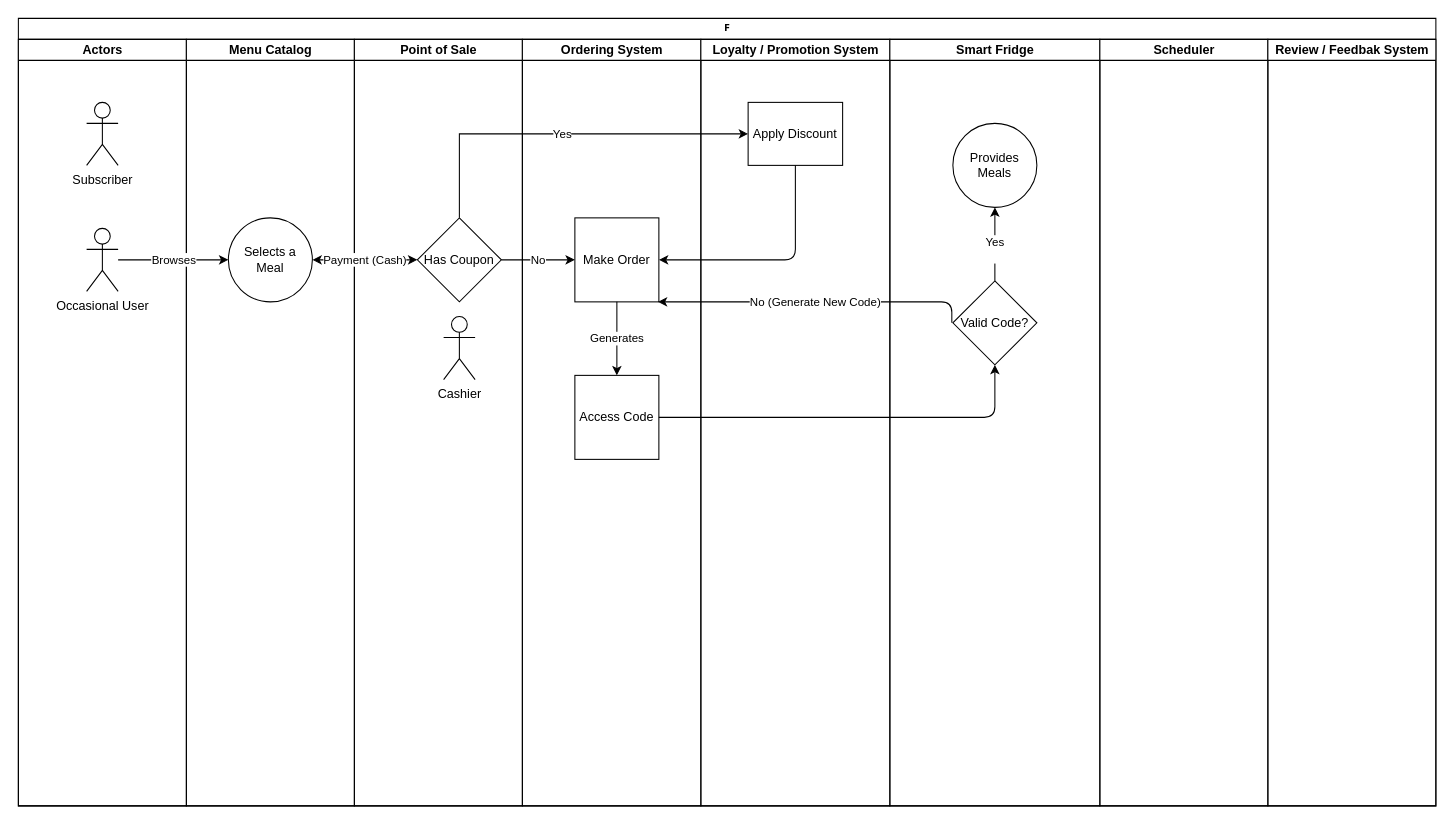
Above: img/user journey/Ocasional User.drawio in ldynia/archcolider (draw.io), before the change. Source tidied: cells renumbered, new cells numbered last; positions are measured from the earlier drawing's top-left corner, leaving out a move shared by most shapes. Both pictures are drawn from the tidied source at 105%, with x=0, y=0 at pixel (18, 18).
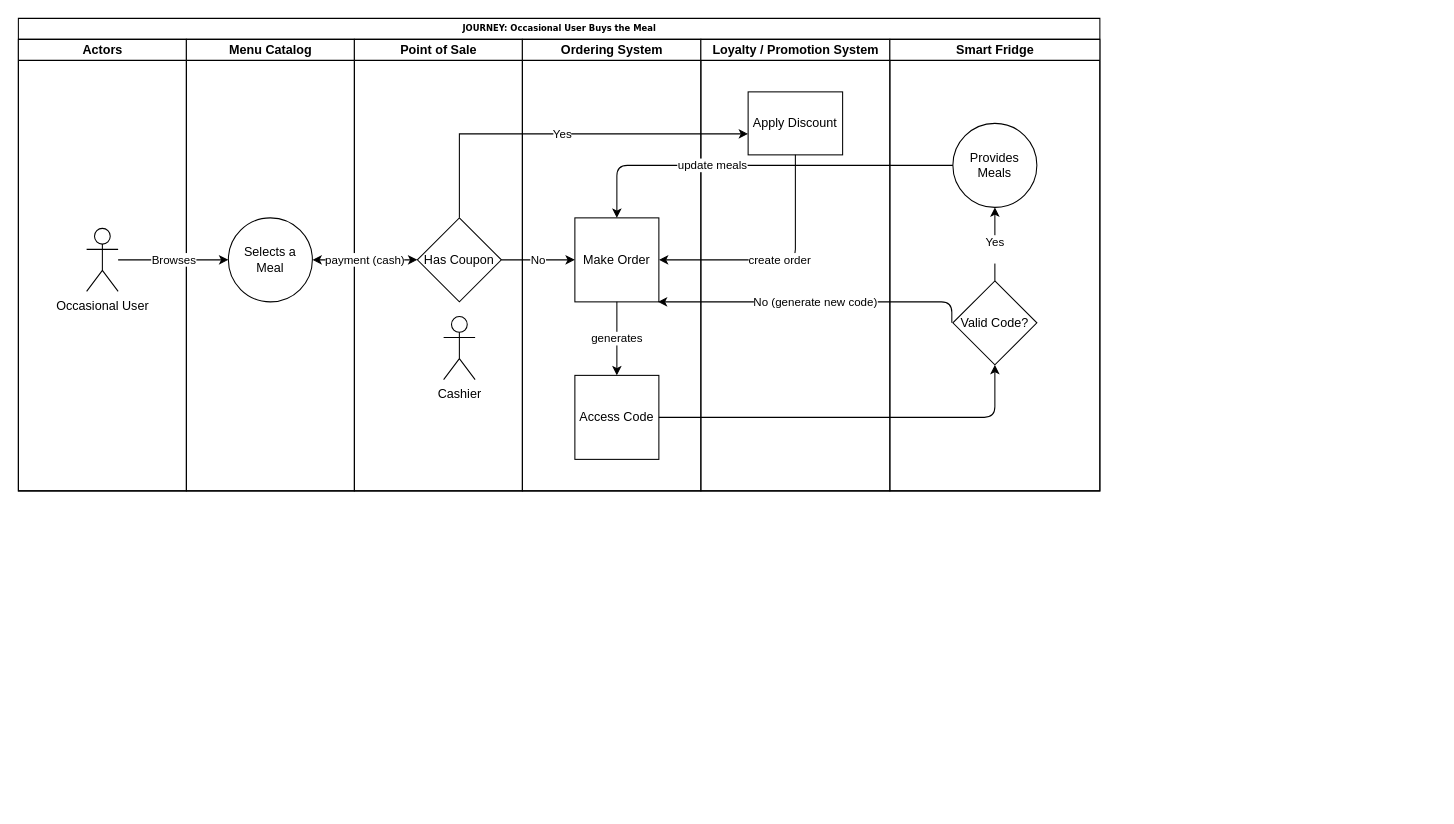
The same diagram, later.

The change refers to these unchanged cells:
```xml
<mxCell id="7" value="Selects a Meal" style="ellipse;whiteSpace=wrap;html=1;" parent="6" vertex="1">
  <mxGeometry x="40" y="170" width="80" height="80" as="geometry" />
</mxCell>
<mxCell id="9" value="&lt;div&gt;Has Coupon&lt;/div&gt;" style="rhombus;whiteSpace=wrap;html=1;" parent="8" vertex="1">
  <mxGeometry x="60" y="170" width="80" height="80" as="geometry" />
</mxCell>
<mxCell id="12" value="&lt;div&gt;Make Order&lt;/div&gt;" style="whiteSpace=wrap;html=1;" parent="11" vertex="1">
  <mxGeometry x="50" y="170" width="80" height="80" as="geometry" />
</mxCell>
<mxCell id="13" value="Access Code" style="whiteSpace=wrap;html=1;" parent="11" vertex="1">
  <mxGeometry x="50" y="320" width="80" height="80" as="geometry" />
</mxCell>
<mxCell id="21" value="&lt;div&gt;Provides Meals&lt;br&gt;&lt;/div&gt;" style="ellipse;whiteSpace=wrap;html=1;" parent="19" vertex="1">
  <mxGeometry x="60" y="80" width="80" height="80" as="geometry" />
</mxCell>
```

The edit, as a diff of the source:
```diff
@@
-    <mxCell id="2" value="F" style="swimlane;html=1;startSize=20;rounded=0;shadow=0;labelBackgroundColor=none;strokeWidth=1;fontFamily=Verdana;fontSize=8;align=center;" parent="1" vertex="1">
-      <mxGeometry width="1350" height="750" as="geometry" />
+    <mxCell id="2" value="JOURNEY: Occasional User Buys the Meal" style="swimlane;html=1;startSize=20;rounded=0;shadow=0;labelBackgroundColor=none;strokeWidth=1;fontFamily=Verdana;fontSize=8;align=center;" parent="1" vertex="1">
+      <mxGeometry width="1030" height="450" as="geometry" />
     </mxCell>
     <mxCell id="3" value="&lt;div&gt;Actors&lt;/div&gt;" style="swimlane;html=1;startSize=20;" parent="2" vertex="1">
-      <mxGeometry y="20" width="160" height="730" as="geometry" />
+      <mxGeometry y="20" width="160" height="430" as="geometry" />
     </mxCell>
-    <mxCell id="4" value="&lt;div&gt;Subscriber&lt;/div&gt;" style="shape=umlActor;verticalLabelPosition=bottom;verticalAlign=top;html=1;" parent="3" vertex="1">
-      <mxGeometry x="65" y="60" width="30" height="60" as="geometry" />
-    </mxCell>
@@
     <mxCell id="6" value="&lt;div&gt;Menu Catalog&lt;/div&gt;" style="swimlane;html=1;startSize=20;" parent="2" vertex="1">
-      <mxGeometry x="160" y="20" width="160" height="730" as="geometry" />
+      <mxGeometry x="160" y="20" width="160" height="430" as="geometry" />
     </mxCell>
@@
     <mxCell id="8" value="Point of Sale" style="swimlane;html=1;startSize=20;" parent="2" vertex="1">
-      <mxGeometry x="320" y="20" width="160" height="730" as="geometry" />
+      <mxGeometry x="320" y="20" width="160" height="430" as="geometry" />
     </mxCell>
@@
     <mxCell id="11" value="&lt;div&gt;Ordering System&lt;/div&gt;" style="swimlane;html=1;startSize=20;" parent="2" vertex="1">
-      <mxGeometry x="480" y="20" width="170" height="730" as="geometry" />
+      <mxGeometry x="480" y="20" width="170" height="430" as="geometry" />
     </mxCell>
@@
-    <mxCell id="14" value="Generates" style="endArrow=classic;html=1;exitX=0.5;exitY=1;exitDx=0;exitDy=0;entryX=0.5;entryY=0;entryDx=0;entryDy=0;" parent="11" edge="1" source="12" target="13">
+    <mxCell id="14" value="generates" style="endArrow=classic;html=1;exitX=0.5;exitY=1;exitDx=0;exitDy=0;entryX=0.5;entryY=0;entryDx=0;entryDy=0;" parent="11" edge="1" source="12" target="13">
       <mxGeometry relative="1" as="geometry" />
     </mxCell>
@@
-    <mxCell id="16" value="Payment (Cash)" style="endArrow=classic;startArrow=classic;html=1;exitX=1;exitY=0.5;exitDx=0;exitDy=0;entryX=0;entryY=0.5;entryDx=0;entryDy=0;" parent="2" edge="1" source="7" target="9">
+    <mxCell id="16" value="payment (cash)" style="endArrow=classic;startArrow=classic;html=1;exitX=1;exitY=0.5;exitDx=0;exitDy=0;entryX=0;entryY=0.5;entryDx=0;entryDy=0;" parent="2" edge="1" source="7" target="9">
       <mxGeometry relative="1" as="geometry" />
     </mxCell>
     <mxCell id="17" value="Loyalty / Promotion System" style="swimlane;html=1;startSize=20;" parent="2" vertex="1">
-      <mxGeometry x="650" y="20" width="180" height="730" as="geometry" />
+      <mxGeometry x="650" y="20" width="180" height="430" as="geometry" />
     </mxCell>
     <mxCell id="18" value="&lt;div&gt;Apply Discount&lt;/div&gt;" style="whiteSpace=wrap;html=1;" parent="17" vertex="1">
-      <mxGeometry x="45" y="60" width="90" height="60" as="geometry" />
+      <mxGeometry x="45" y="50" width="90" height="60" as="geometry" />
     </mxCell>
     <mxCell id="19" value="Smart Fridge" style="swimlane;html=1;startSize=20;" parent="2" vertex="1">
-      <mxGeometry x="830" y="20" width="200" height="730" as="geometry" />
+      <mxGeometry x="830" y="20" width="200" height="430" as="geometry" />
     </mxCell>
@@
-    <mxCell id="23" value="Scheduler" style="swimlane;html=1;startSize=20;" parent="2" vertex="1">
-      <mxGeometry x="1030" y="20" width="160" height="730" as="geometry" />
-    </mxCell>
@@
-    <mxCell id="25" value="&lt;div&gt;Review / Feedbak System&lt;br&gt;&lt;/div&gt;" style="swimlane;html=1;startSize=20;" parent="2" vertex="1">
-      <mxGeometry x="1190" y="20" width="160" height="730" as="geometry" />
-    </mxCell>
@@
-    <mxCell id="28" style="endArrow=classic;html=1;entryX=1;entryY=0.5;entryDx=0;entryDy=0;exitX=0.5;exitY=1;exitDx=0;exitDy=0;" parent="2" edge="1" source="18" target="12">
+    <mxCell id="28" value="create order" style="endArrow=classic;html=1;entryX=1;entryY=0.5;entryDx=0;entryDy=0;exitX=0.5;exitY=1;exitDx=0;exitDy=0;" parent="2" edge="1" source="18" target="12">
       <mxGeometry relative="1" as="geometry">
         <Array as="points">
           <mxPoint x="740" y="230" />
         </Array>
       </mxGeometry>
     </mxCell>
-    <mxCell id="29" value="No (Generate New Code)" style="endArrow=classic;html=1;exitX=0;exitY=0.5;exitDx=0;exitDy=0;entryX=1;entryY=1;entryDx=0;entryDy=0;" parent="2" edge="1">
+    <mxCell id="29" value="No (generate new code)" style="endArrow=classic;html=1;exitX=0;exitY=0.5;exitDx=0;exitDy=0;entryX=1;entryY=1;entryDx=0;entryDy=0;" parent="2" edge="1">
       <mxGeometry relative="1" as="geometry">
         <mxPoint x="889" y="290" as="sourcePoint" />
         <mxPoint x="609" y="270" as="targetPoint" />
         <Array as="points">
           <mxPoint x="889" y="270" />
         </Array>
       </mxGeometry>
     </mxCell>
+    <mxCell id="30" value="update meals" style="endArrow=classic;html=1;exitX=0;exitY=0.5;exitDx=0;exitDy=0;" parent="2" edge="1" source="21" target="12">
+      <mxGeometry x="0.24" relative="1" as="geometry">
+        <Array as="points">
+          <mxPoint x="570" y="140" />
+        </Array>
+      </mxGeometry>
+    </mxCell>
```
